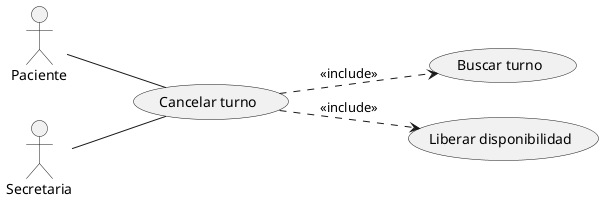
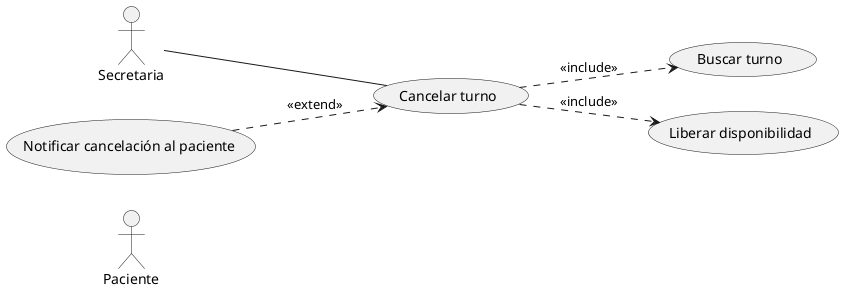
@startuml
left to right direction
actor Paciente
actor Secretaria

usecase "Cancelar turno" as UC1
usecase "Buscar turno" as UC2
usecase "Liberar disponibilidad" as UC3
+ usecase "Notificar cancelación al paciente" as UC4

- Paciente -- UC1
Secretaria -- UC1

UC1 ..> UC2 : <<include>>
UC1 ..> UC3 : <<include>>
+ UC4 ..> UC1 : <<extend>>
@enduml